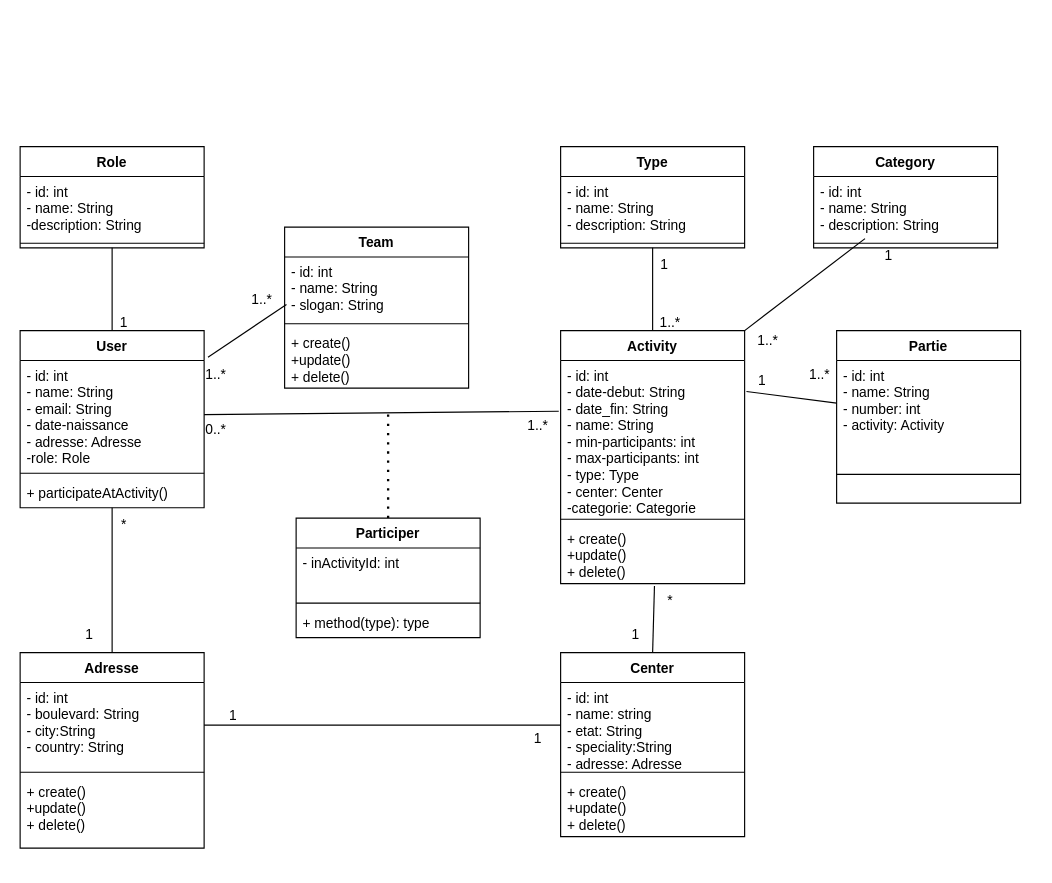
Earlier version of the draw.io diagram conceptions/class.drawio (abirmes/Matching-Backend). Source tidied: cells renumbered, new cells numbered last; positions are measured from the earlier drawing's top-left corner, leaving out a move shared by most shapes. Both pictures are drawn from the tidied source at 115%, with x=0, y=0 at pixel (20, 146).
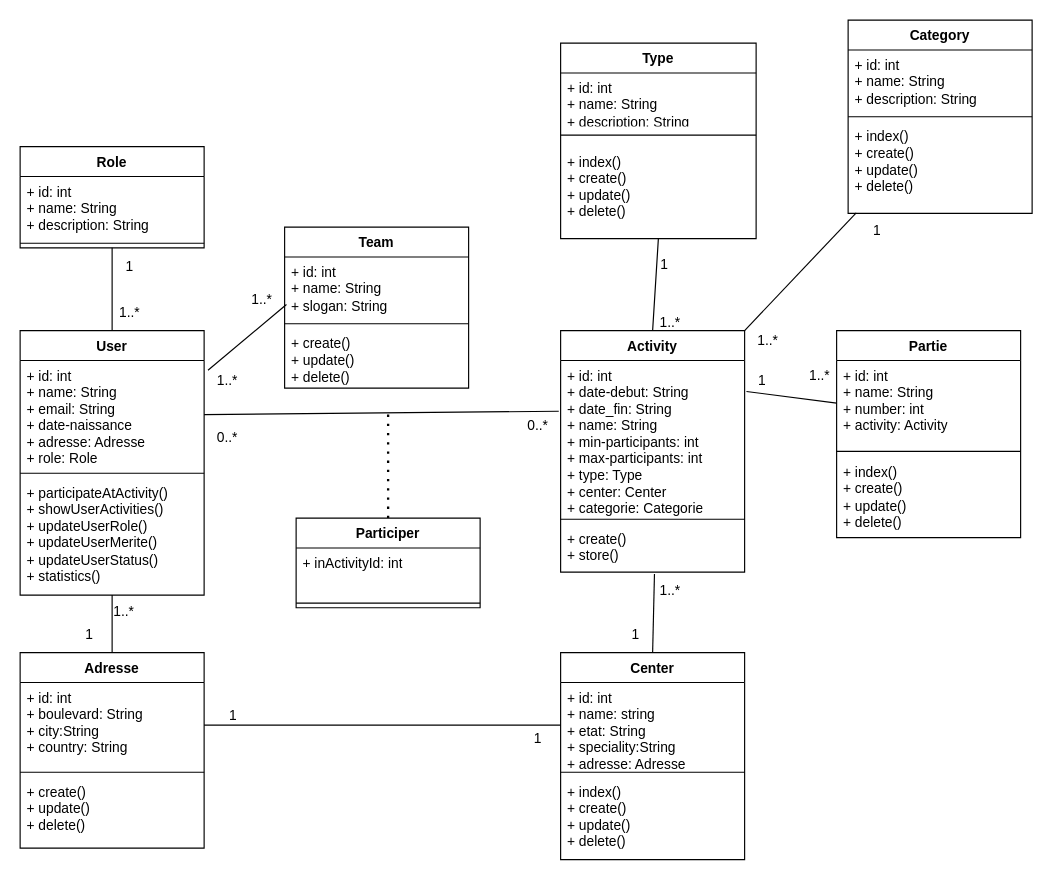
The same diagram, later.

Unchanged cells that the change refers to:
```xml
<mxCell id="14" value="Role&lt;div&gt;&lt;br&gt;&lt;/div&gt;" style="swimlane;fontStyle=1;align=center;verticalAlign=top;horizontal=1;startSize=26;whiteSpace=wrap;html=1;" parent="1" vertex="1">
  <mxGeometry width="160" height="88" as="geometry" />
</mxCell>
<mxCell id="27" value="Adresse" style="swimlane;fontStyle=1;align=center;verticalAlign=top;horizontal=1;startSize=26;whiteSpace=wrap;html=1;" parent="1" vertex="1">
  <mxGeometry y="440" width="160" height="170" as="geometry" />
</mxCell>
<mxCell id="31" value="Team" style="swimlane;fontStyle=1;align=center;verticalAlign=top;horizontal=1;startSize=26;whiteSpace=wrap;html=1;" parent="1" vertex="1">
  <mxGeometry x="230" y="70" width="160" height="140" as="geometry" />
</mxCell>
```

Diff of the diagram source:
```diff
@@
     <mxCell id="2" value="Activity" style="swimlane;fontStyle=1;align=center;verticalAlign=top;horizontal=1;startSize=26;whiteSpace=wrap;html=1;" parent="1" vertex="1">
-      <mxGeometry x="470" y="160" width="160" height="220" as="geometry" />
+      <mxGeometry x="470" y="160" width="160" height="210" as="geometry" />
     </mxCell>
-    <mxCell id="3" value="- id: int&lt;div&gt;- date-debut: String&lt;/div&gt;&lt;div&gt;- date_fin: String&lt;/div&gt;&lt;div&gt;- name: String&lt;/div&gt;&lt;div&gt;- min-participants: int&lt;/div&gt;&lt;div&gt;- max-participants: int&lt;/div&gt;&lt;div&gt;- type: Type&lt;/div&gt;&lt;div&gt;- center: Center&lt;/div&gt;&lt;div&gt;-categorie: Categorie&lt;/div&gt;&lt;div&gt;&lt;br&gt;&lt;/div&gt;&lt;div&gt;&lt;br&gt;&lt;/div&gt;&lt;div&gt;&lt;br&gt;&lt;/div&gt;" style="text;strokeColor=none;fillColor=none;align=left;verticalAlign=top;spacingLeft=4;spacingRight=4;overflow=hidden;points=[[0,0.5],[1,0.5]];portConstraint=eastwest;whiteSpace=wrap;html=1;" parent="2" vertex="1">
+    <mxCell id="3" value="+ id: int&lt;div&gt;+ date-debut: String&lt;/div&gt;&lt;div&gt;+ date_fin: String&lt;/div&gt;&lt;div&gt;+ name: String&lt;/div&gt;&lt;div&gt;+ min-participants: int&lt;/div&gt;&lt;div&gt;+ max-participants: int&lt;/div&gt;&lt;div&gt;+ type: Type&lt;/div&gt;&lt;div&gt;+ center: Center&lt;/div&gt;&lt;div&gt;+ categorie: Categorie&lt;/div&gt;&lt;div&gt;&lt;br&gt;&lt;/div&gt;&lt;div&gt;&lt;br&gt;&lt;/div&gt;&lt;div&gt;&lt;br&gt;&lt;/div&gt;" style="text;strokeColor=none;fillColor=none;align=left;verticalAlign=top;spacingLeft=4;spacingRight=4;overflow=hidden;points=[[0,0.5],[1,0.5]];portConstraint=eastwest;whiteSpace=wrap;html=1;" parent="2" vertex="1">
       <mxGeometry y="26" width="160" height="134" as="geometry" />
     </mxCell>
@@
-    <mxCell id="5" value="&lt;span style=&quot;color: rgb(0, 0, 0);&quot;&gt;+ create()&lt;/span&gt;&lt;div&gt;+update()&lt;/div&gt;&lt;div&gt;+ delete()&lt;/div&gt;" style="text;strokeColor=none;fillColor=none;align=left;verticalAlign=top;spacingLeft=4;spacingRight=4;overflow=hidden;points=[[0,0.5],[1,0.5]];portConstraint=eastwest;whiteSpace=wrap;html=1;" parent="2" vertex="1">
-      <mxGeometry y="168" width="160" height="52" as="geometry" />
+    <mxCell id="5" value="&lt;span style=&quot;color: rgb(0, 0, 0);&quot;&gt;+ create()&lt;/span&gt;&lt;div&gt;&lt;font color=&quot;#000000&quot;&gt;+ store()&lt;/font&gt;&lt;/div&gt;" style="text;strokeColor=none;fillColor=none;align=left;verticalAlign=top;spacingLeft=4;spacingRight=4;overflow=hidden;points=[[0,0.5],[1,0.5]];portConstraint=eastwest;whiteSpace=wrap;html=1;" parent="2" vertex="1">
+      <mxGeometry y="168" width="160" height="42" as="geometry" />
     </mxCell>
     <mxCell id="6" value="User" style="swimlane;fontStyle=1;align=center;verticalAlign=top;horizontal=1;startSize=26;whiteSpace=wrap;html=1;" parent="1" vertex="1">
-      <mxGeometry y="160" width="160" height="154" as="geometry" />
+      <mxGeometry y="160" width="160" height="230" as="geometry" />
     </mxCell>
-    <mxCell id="7" value="&lt;div&gt;- id: int&lt;/div&gt;- name: String&lt;div&gt;- email: String&lt;/div&gt;&lt;div&gt;- date-naissance&lt;/div&gt;&lt;div&gt;- adresse: Adresse&lt;/div&gt;&lt;div&gt;-role: Role&lt;/div&gt;" style="text;strokeColor=none;fillColor=none;align=left;verticalAlign=top;spacingLeft=4;spacingRight=4;overflow=hidden;points=[[0,0.5],[1,0.5]];portConstraint=eastwest;whiteSpace=wrap;html=1;" parent="6" vertex="1">
+    <mxCell id="7" value="&lt;div&gt;+ id: int&lt;/div&gt;+ name: String&lt;div&gt;+ email: String&lt;/div&gt;&lt;div&gt;+ date-naissance&lt;/div&gt;&lt;div&gt;+ adresse: Adresse&lt;/div&gt;&lt;div&gt;+ role: Role&lt;/div&gt;" style="text;strokeColor=none;fillColor=none;align=left;verticalAlign=top;spacingLeft=4;spacingRight=4;overflow=hidden;points=[[0,0.5],[1,0.5]];portConstraint=eastwest;whiteSpace=wrap;html=1;" parent="6" vertex="1">
       <mxGeometry y="26" width="160" height="94" as="geometry" />
     </mxCell>
@@
-    <mxCell id="9" value="+ participateAtActivity()&lt;div&gt;&lt;br&gt;&lt;/div&gt;" style="text;strokeColor=none;fillColor=none;align=left;verticalAlign=top;spacingLeft=4;spacingRight=4;overflow=hidden;points=[[0,0.5],[1,0.5]];portConstraint=eastwest;whiteSpace=wrap;html=1;" parent="6" vertex="1">
-      <mxGeometry y="128" width="160" height="26" as="geometry" />
+    <mxCell id="9" value="+ participateAtActivity()&lt;div&gt;+ showUserActivities()&lt;/div&gt;&lt;div&gt;+ updateUserRole()&lt;/div&gt;&lt;div&gt;+ updateUserMerite()&lt;/div&gt;&lt;div&gt;+ updateUserStatus()&lt;/div&gt;&lt;div&gt;+ statistics()&lt;/div&gt;&lt;div&gt;&lt;div&gt;&lt;br style=&quot;color: rgb(63, 63, 63);&quot;&gt;&lt;/div&gt;&lt;div&gt;&lt;br style=&quot;color: rgb(63, 63, 63);&quot;&gt;&lt;/div&gt;&lt;div&gt;&lt;br&gt;&lt;/div&gt;&lt;/div&gt;" style="text;strokeColor=none;fillColor=none;align=left;verticalAlign=top;spacingLeft=4;spacingRight=4;overflow=hidden;points=[[0,0.5],[1,0.5]];portConstraint=eastwest;whiteSpace=wrap;html=1;" parent="6" vertex="1">
+      <mxGeometry y="128" width="160" height="102" as="geometry" />
     </mxCell>
     <mxCell id="10" value="Participer" style="swimlane;fontStyle=1;align=center;verticalAlign=top;horizontal=1;startSize=26;whiteSpace=wrap;html=1;" parent="1" vertex="1">
-      <mxGeometry x="240" y="323" width="160" height="104" as="geometry" />
+      <mxGeometry x="240" y="323" width="160" height="78" as="geometry" />
     </mxCell>
-    <mxCell id="11" value="&lt;div&gt;&lt;span style=&quot;background-color: transparent;&quot;&gt;- inActivityId: int&lt;/span&gt;&lt;/div&gt;&lt;div&gt;&lt;br&gt;&lt;/div&gt;" style="text;strokeColor=none;fillColor=none;align=left;verticalAlign=top;spacingLeft=4;spacingRight=4;overflow=hidden;whiteSpace=wrap;html=1;" parent="10" vertex="1">
+    <mxCell id="11" value="&lt;div&gt;&lt;span style=&quot;background-color: transparent;&quot;&gt;+ inActivityId: int&lt;/span&gt;&lt;/div&gt;&lt;div&gt;&lt;br&gt;&lt;/div&gt;" style="text;strokeColor=none;fillColor=none;align=left;verticalAlign=top;spacingLeft=4;spacingRight=4;overflow=hidden;whiteSpace=wrap;html=1;" parent="10" vertex="1">
       <mxGeometry y="26" width="160" height="44" as="geometry" />
     </mxCell>
@@
-    <mxCell id="13" value="+ method(type): type" style="text;strokeColor=none;fillColor=none;align=left;verticalAlign=top;spacingLeft=4;spacingRight=4;overflow=hidden;whiteSpace=wrap;html=1;" parent="10" vertex="1">
-      <mxGeometry y="78" width="160" height="26" as="geometry" />
-    </mxCell>
@@
-    <mxCell id="15" value="- id: int&lt;div&gt;- name: String&lt;/div&gt;&lt;div&gt;-description: String&lt;/div&gt;" style="text;strokeColor=none;fillColor=none;align=left;verticalAlign=top;spacingLeft=4;spacingRight=4;overflow=hidden;whiteSpace=wrap;html=1;" parent="14" vertex="1">
+    <mxCell id="15" value="+ id: int&lt;div&gt;+ name: String&lt;/div&gt;&lt;div&gt;+ description: String&lt;/div&gt;" style="text;strokeColor=none;fillColor=none;align=left;verticalAlign=top;spacingLeft=4;spacingRight=4;overflow=hidden;whiteSpace=wrap;html=1;" parent="14" vertex="1">
       <mxGeometry y="26" width="160" height="54" as="geometry" />
     </mxCell>
@@
     <mxCell id="17" value="Type" style="swimlane;fontStyle=1;align=center;verticalAlign=top;horizontal=1;startSize=26;whiteSpace=wrap;html=1;" parent="1" vertex="1">
-      <mxGeometry x="470" width="160" height="88" as="geometry" />
+      <mxGeometry x="470" y="-90" width="170" height="170" as="geometry" />
     </mxCell>
-    <mxCell id="18" value="- id: int&lt;div&gt;- name: String&lt;/div&gt;&lt;div&gt;- description: String&lt;/div&gt;" style="text;strokeColor=none;fillColor=none;align=left;verticalAlign=top;spacingLeft=4;spacingRight=4;overflow=hidden;whiteSpace=wrap;html=1;" parent="17" vertex="1">
-      <mxGeometry y="26" width="160" height="54" as="geometry" />
+    <mxCell id="18" value="+ id: int&lt;div&gt;+ name: String&lt;/div&gt;&lt;div&gt;+ description: String&lt;/div&gt;" style="text;strokeColor=none;fillColor=none;align=left;verticalAlign=top;spacingLeft=4;spacingRight=4;overflow=hidden;whiteSpace=wrap;html=1;" parent="17" vertex="1">
+      <mxGeometry y="26" width="170" height="44" as="geometry" />
     </mxCell>
     <mxCell id="19" style="line;strokeWidth=1;fillColor=none;align=left;verticalAlign=middle;spacingTop=-1;spacingLeft=3;spacingRight=3;labelPosition=right;strokeColor=inherit;" parent="17" vertex="1">
-      <mxGeometry y="80" width="160" height="8" as="geometry" />
+      <mxGeometry y="70" width="170" height="20" as="geometry" />
     </mxCell>
+    <mxCell id="65" value="&lt;div&gt;&lt;span style=&quot;color: rgb(0, 0, 0);&quot;&gt;+ index()&lt;/span&gt;&lt;/div&gt;&lt;span style=&quot;color: rgb(0, 0, 0);&quot;&gt;+ create()&lt;/span&gt;&lt;div&gt;+ update()&lt;/div&gt;&lt;div&gt;+ delete()&lt;/div&gt;" style="text;strokeColor=none;fillColor=none;align=left;verticalAlign=top;spacingLeft=4;spacingRight=4;overflow=hidden;whiteSpace=wrap;html=1;" parent="17" vertex="1">
+      <mxGeometry y="90" width="170" height="80" as="geometry" />
+    </mxCell>
     <mxCell id="20" value="Partie" style="swimlane;fontStyle=1;align=center;verticalAlign=top;horizontal=1;startSize=26;whiteSpace=wrap;html=1;" parent="1" vertex="1">
-      <mxGeometry x="710" y="160" width="160" height="150" as="geometry" />
+      <mxGeometry x="710" y="160" width="160" height="180" as="geometry" />
     </mxCell>
-    <mxCell id="21" value="- id: int&lt;div&gt;- name: String&lt;/div&gt;&lt;div&gt;- number: int&lt;/div&gt;&lt;div&gt;- activity: Activity&lt;/div&gt;&lt;div&gt;&lt;br&gt;&lt;/div&gt;" style="text;strokeColor=none;fillColor=none;align=left;verticalAlign=top;spacingLeft=4;spacingRight=4;overflow=hidden;points=[[0,0.5],[1,0.5]];portConstraint=eastwest;whiteSpace=wrap;html=1;" parent="20" vertex="1">
+    <mxCell id="21" value="+ id: int&lt;div&gt;+ name: String&lt;/div&gt;&lt;div&gt;+ number: int&lt;/div&gt;&lt;div&gt;+ activity: Activity&lt;/div&gt;&lt;div&gt;&lt;br&gt;&lt;/div&gt;" style="text;strokeColor=none;fillColor=none;align=left;verticalAlign=top;spacingLeft=4;spacingRight=4;overflow=hidden;points=[[0,0.5],[1,0.5]];portConstraint=eastwest;whiteSpace=wrap;html=1;" parent="20" vertex="1">
       <mxGeometry y="26" width="160" height="74" as="geometry" />
     </mxCell>
     <mxCell id="22" style="line;strokeWidth=1;fillColor=none;align=left;verticalAlign=middle;spacingTop=-1;spacingLeft=3;spacingRight=3;labelPosition=right;strokeColor=inherit;" parent="20" vertex="1">
-      <mxGeometry y="100" width="160" height="50" as="geometry" />
+      <mxGeometry y="100" width="160" height="10" as="geometry" />
     </mxCell>
+    <mxCell id="66" value="&lt;div&gt;&lt;span style=&quot;color: rgb(0, 0, 0);&quot;&gt;+ index()&lt;/span&gt;&lt;/div&gt;&lt;span style=&quot;color: rgb(0, 0, 0);&quot;&gt;+ create()&lt;/span&gt;&lt;div&gt;+ update()&lt;/div&gt;&lt;div&gt;+ delete()&lt;/div&gt;" style="text;strokeColor=none;fillColor=none;align=left;verticalAlign=top;spacingLeft=4;spacingRight=4;overflow=hidden;whiteSpace=wrap;html=1;" parent="20" vertex="1">
+      <mxGeometry y="110" width="160" height="70" as="geometry" />
+    </mxCell>
     <mxCell id="23" value="Center" style="swimlane;fontStyle=1;align=center;verticalAlign=top;horizontal=1;startSize=26;whiteSpace=wrap;html=1;" parent="1" vertex="1">
-      <mxGeometry x="470" y="440" width="160" height="160" as="geometry" />
+      <mxGeometry x="470" y="440" width="160" height="180" as="geometry" />
     </mxCell>
-    <mxCell id="24" value="- id: int&lt;div&gt;&lt;font color=&quot;#000000&quot;&gt;- name: string&lt;/font&gt;&lt;/div&gt;&lt;div&gt;&lt;div&gt;- etat: String&lt;/div&gt;&lt;div&gt;- speciality:String&lt;/div&gt;&lt;div&gt;- adresse: Adresse&lt;/div&gt;&lt;div&gt;&lt;br&gt;&lt;/div&gt;&lt;/div&gt;" style="text;strokeColor=none;fillColor=none;align=left;verticalAlign=top;spacingLeft=4;spacingRight=4;overflow=hidden;points=[[0,0.5],[1,0.5]];portConstraint=eastwest;whiteSpace=wrap;html=1;" parent="23" vertex="1">
+    <mxCell id="24" value="+ id: int&lt;div&gt;&lt;font color=&quot;#000000&quot;&gt;+ name: string&lt;/font&gt;&lt;/div&gt;&lt;div&gt;&lt;div&gt;+ etat: String&lt;/div&gt;&lt;div&gt;+ speciality:String&lt;/div&gt;&lt;div&gt;+ adresse: Adresse&lt;/div&gt;&lt;div&gt;&lt;br&gt;&lt;/div&gt;&lt;/div&gt;" style="text;strokeColor=none;fillColor=none;align=left;verticalAlign=top;spacingLeft=4;spacingRight=4;overflow=hidden;points=[[0,0.5],[1,0.5]];portConstraint=eastwest;whiteSpace=wrap;html=1;" parent="23" vertex="1">
       <mxGeometry y="26" width="160" height="74" as="geometry" />
     </mxCell>
@@
-    <mxCell id="26" value="&lt;span style=&quot;color: rgb(0, 0, 0);&quot;&gt;+ create()&lt;/span&gt;&lt;div&gt;+update()&lt;/div&gt;&lt;div&gt;+ delete()&lt;/div&gt;" style="text;strokeColor=none;fillColor=none;align=left;verticalAlign=top;spacingLeft=4;spacingRight=4;overflow=hidden;whiteSpace=wrap;html=1;" parent="23" vertex="1">
-      <mxGeometry y="108" width="160" height="52" as="geometry" />
+    <mxCell id="26" value="&lt;div&gt;&lt;span style=&quot;color: rgb(0, 0, 0);&quot;&gt;+ index()&lt;/span&gt;&lt;/div&gt;&lt;span style=&quot;color: rgb(0, 0, 0);&quot;&gt;+ create()&lt;/span&gt;&lt;div&gt;+ update()&lt;/div&gt;&lt;div&gt;+ delete()&lt;/div&gt;" style="text;strokeColor=none;fillColor=none;align=left;verticalAlign=top;spacingLeft=4;spacingRight=4;overflow=hidden;whiteSpace=wrap;html=1;" parent="23" vertex="1">
+      <mxGeometry y="108" width="160" height="72" as="geometry" />
     </mxCell>
@@
-    <mxCell id="28" value="- id: int&lt;div&gt;- boulevard: String&lt;/div&gt;&lt;div&gt;- city:String&lt;/div&gt;&lt;div&gt;- country: String&lt;/div&gt;&lt;div&gt;&lt;br&gt;&lt;/div&gt;" style="text;strokeColor=none;fillColor=none;align=left;verticalAlign=top;spacingLeft=4;spacingRight=4;overflow=hidden;points=[[0,0.5],[1,0.5]];portConstraint=eastwest;whiteSpace=wrap;html=1;" parent="27" vertex="1">
+    <mxCell id="28" value="+ id: int&lt;div&gt;+ boulevard: String&lt;/div&gt;&lt;div&gt;+ city:String&lt;/div&gt;&lt;div&gt;+ country: String&lt;/div&gt;&lt;div&gt;&lt;br&gt;&lt;/div&gt;" style="text;strokeColor=none;fillColor=none;align=left;verticalAlign=top;spacingLeft=4;spacingRight=4;overflow=hidden;points=[[0,0.5],[1,0.5]];portConstraint=eastwest;whiteSpace=wrap;html=1;" parent="27" vertex="1">
       <mxGeometry y="26" width="160" height="74" as="geometry" />
     </mxCell>
@@
-    <mxCell id="30" value="&lt;span style=&quot;color: rgb(0, 0, 0);&quot;&gt;+ create()&lt;/span&gt;&lt;div&gt;+update()&lt;/div&gt;&lt;div&gt;+ delete()&lt;/div&gt;" style="text;strokeColor=none;fillColor=none;align=left;verticalAlign=top;spacingLeft=4;spacingRight=4;overflow=hidden;whiteSpace=wrap;html=1;" parent="27" vertex="1">
+    <mxCell id="30" value="&lt;span style=&quot;color: rgb(0, 0, 0);&quot;&gt;+ create()&lt;/span&gt;&lt;div&gt;+ update()&lt;/div&gt;&lt;div&gt;+ delete()&lt;/div&gt;" style="text;strokeColor=none;fillColor=none;align=left;verticalAlign=top;spacingLeft=4;spacingRight=4;overflow=hidden;whiteSpace=wrap;html=1;" parent="27" vertex="1">
       <mxGeometry y="108" width="160" height="62" as="geometry" />
     </mxCell>
@@
-    <mxCell id="32" value="- id: int&lt;div&gt;- name: String&lt;/div&gt;&lt;div&gt;- slogan: String&lt;/div&gt;&lt;div&gt;&lt;br&gt;&lt;/div&gt;" style="text;strokeColor=none;fillColor=none;align=left;verticalAlign=top;spacingLeft=4;spacingRight=4;overflow=hidden;points=[[0,0.5],[1,0.5]];portConstraint=eastwest;whiteSpace=wrap;html=1;" parent="31" vertex="1">
+    <mxCell id="32" value="+ id: int&lt;div&gt;+ name: String&lt;/div&gt;&lt;div&gt;+ slogan: String&lt;/div&gt;&lt;div&gt;&lt;br&gt;&lt;/div&gt;" style="text;strokeColor=none;fillColor=none;align=left;verticalAlign=top;spacingLeft=4;spacingRight=4;overflow=hidden;points=[[0,0.5],[1,0.5]];portConstraint=eastwest;whiteSpace=wrap;html=1;" parent="31" vertex="1">
       <mxGeometry y="26" width="160" height="54" as="geometry" />
     </mxCell>
@@
-    <mxCell id="34" value="+ create()&lt;div&gt;+update()&lt;/div&gt;&lt;div&gt;+ delete()&lt;/div&gt;" style="text;strokeColor=none;fillColor=none;align=left;verticalAlign=top;spacingLeft=4;spacingRight=4;overflow=hidden;whiteSpace=wrap;html=1;" parent="31" vertex="1">
+    <mxCell id="34" value="+ create()&lt;div&gt;+ update()&lt;/div&gt;&lt;div&gt;+ delete()&lt;/div&gt;" style="text;strokeColor=none;fillColor=none;align=left;verticalAlign=top;spacingLeft=4;spacingRight=4;overflow=hidden;whiteSpace=wrap;html=1;" parent="31" vertex="1">
       <mxGeometry y="88" width="160" height="52" as="geometry" />
     </mxCell>
@@
-    <mxCell id="44" value="*" style="text;html=1;align=center;verticalAlign=middle;strokeColor=none;fillColor=none;" parent="1" vertex="1">
-      <mxGeometry x="75" y="314" width="30" height="30" as="geometry" />
+    <mxCell id="44" value="1..*" style="text;html=1;align=center;verticalAlign=middle;strokeColor=none;fillColor=none;" parent="1" vertex="1">
+      <mxGeometry x="70" y="390" width="40" height="30" as="geometry" />
     </mxCell>
-    <mxCell id="45" value="1" style="text;html=1;align=center;verticalAlign=middle;strokeColor=none;fillColor=none;" parent="1" vertex="1">
-      <mxGeometry x="75" y="138" width="30" height="30" as="geometry" />
+    <mxCell id="45" value="1..*" style="text;html=1;align=center;verticalAlign=middle;strokeColor=none;fillColor=none;" parent="1" vertex="1">
+      <mxGeometry x="75" y="130" width="40" height="30" as="geometry" />
     </mxCell>
@@
     <mxCell id="47" value="1..*" style="text;html=1;align=center;verticalAlign=middle;strokeColor=none;fillColor=none;" parent="1" vertex="1">
-      <mxGeometry x="150" y="184" width="40" height="30" as="geometry" />
+      <mxGeometry x="160" y="189" width="40" height="30" as="geometry" />
     </mxCell>
@@
-    <mxCell id="50" value="*" style="text;html=1;align=center;verticalAlign=middle;strokeColor=none;fillColor=none;" parent="1" vertex="1">
-      <mxGeometry x="550" y="380" width="30" height="30" as="geometry" />
+    <mxCell id="50" value="1..*" style="text;html=1;align=center;verticalAlign=middle;strokeColor=none;fillColor=none;" parent="1" vertex="1">
+      <mxGeometry x="545" y="371" width="40" height="30" as="geometry" />
     </mxCell>
@@
     <mxCell id="56" value="0..*&lt;div&gt;&lt;br&gt;&lt;/div&gt;" style="text;html=1;align=center;verticalAlign=middle;strokeColor=none;fillColor=none;" parent="1" vertex="1">
-      <mxGeometry x="150" y="233" width="40" height="40" as="geometry" />
+      <mxGeometry x="160" y="240" width="40" height="40" as="geometry" />
     </mxCell>
-    <mxCell id="57" value="1..*" style="text;html=1;align=center;verticalAlign=middle;strokeColor=none;fillColor=none;" parent="1" vertex="1">
+    <mxCell id="57" value="0..*" style="text;html=1;align=center;verticalAlign=middle;strokeColor=none;fillColor=none;" parent="1" vertex="1">
       <mxGeometry x="430" y="228" width="40" height="30" as="geometry" />
     </mxCell>
@@
     <mxCell id="59" value="Category" style="swimlane;fontStyle=1;align=center;verticalAlign=top;horizontal=1;startSize=26;whiteSpace=wrap;html=1;" parent="1" vertex="1">
-      <mxGeometry x="690" width="160" height="88" as="geometry" />
+      <mxGeometry x="720" y="-110" width="160" height="168" as="geometry" />
     </mxCell>
-    <mxCell id="60" value="- id: int&lt;div&gt;- name: String&lt;/div&gt;&lt;div&gt;- description: String&lt;/div&gt;" style="text;strokeColor=none;fillColor=none;align=left;verticalAlign=top;spacingLeft=4;spacingRight=4;overflow=hidden;points=[[0,0.5],[1,0.5]];portConstraint=eastwest;whiteSpace=wrap;html=1;" parent="59" vertex="1">
+    <mxCell id="60" value="+ id: int&lt;div&gt;+ name: String&lt;/div&gt;&lt;div&gt;+ description: String&lt;/div&gt;" style="text;strokeColor=none;fillColor=none;align=left;verticalAlign=top;spacingLeft=4;spacingRight=4;overflow=hidden;points=[[0,0.5],[1,0.5]];portConstraint=eastwest;whiteSpace=wrap;html=1;" parent="59" vertex="1">
       <mxGeometry y="26" width="160" height="54" as="geometry" />
     </mxCell>
@@
+    <mxCell id="67" value="&lt;div&gt;&lt;span style=&quot;color: rgb(0, 0, 0);&quot;&gt;+ index()&lt;/span&gt;&lt;/div&gt;&lt;span style=&quot;color: rgb(0, 0, 0);&quot;&gt;+ create()&lt;/span&gt;&lt;div&gt;+ update()&lt;/div&gt;&lt;div&gt;+ delete()&lt;/div&gt;" style="text;strokeColor=none;fillColor=none;align=left;verticalAlign=top;spacingLeft=4;spacingRight=4;overflow=hidden;points=[[0,0.5],[1,0.5]];portConstraint=eastwest;whiteSpace=wrap;html=1;" parent="59" vertex="1">
+      <mxGeometry y="88" width="160" height="80" as="geometry" />
+    </mxCell>
     <mxCell id="62" value="1" style="text;html=1;align=center;verticalAlign=middle;strokeColor=none;fillColor=none;" parent="1" vertex="1">
-      <mxGeometry x="740" y="80" width="30" height="30" as="geometry" />
+      <mxGeometry x="730" y="58" width="30" height="30" as="geometry" />
     </mxCell>
-    <mxCell id="63" style="endArrow=none;html=1;exitX=1;exitY=0;exitDx=0;exitDy=0;" parent="1" edge="1" source="2" target="60">
+    <mxCell id="63" style="endArrow=none;html=1;exitX=1;exitY=0;exitDx=0;exitDy=0;entryX=0.044;entryY=0.994;entryDx=0;entryDy=0;entryPerimeter=0;" parent="1" edge="1" source="2" target="67">
       <mxGeometry relative="1" as="geometry" />
     </mxCell>
@@
+    <mxCell id="68" value="1" style="text;html=1;align=center;verticalAlign=middle;strokeColor=none;fillColor=none;" parent="1" vertex="1">
+      <mxGeometry x="80" y="90" width="30" height="30" as="geometry" />
+    </mxCell>
```
